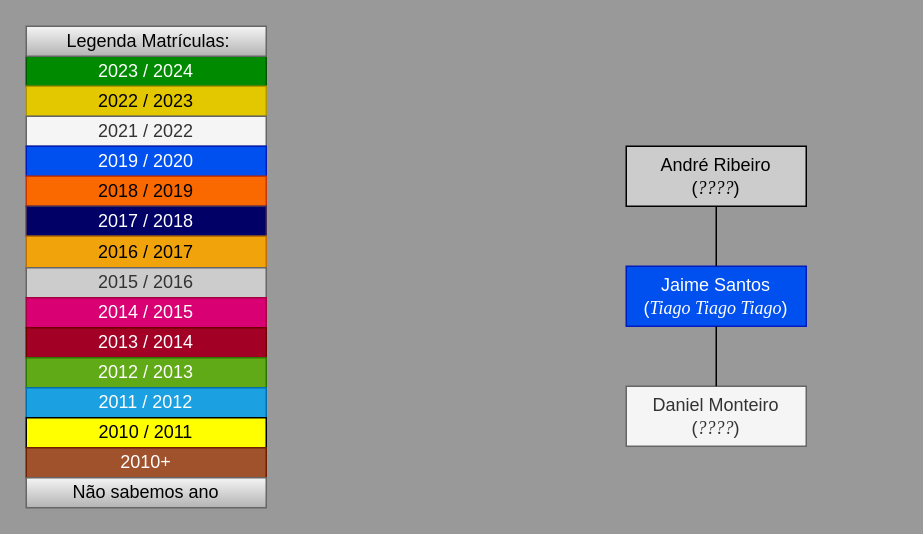
pdmtmr/PDMTMRTESTLOCATION-AKA-ARBUSTO keeps this draw.io diagram as Draw.io/Familia_do_André_Ribeiro.drawio. Above is the earlier version. Source tidied: cells renumbered, new cells numbered last; positions are measured from the earlier drawing's top-left corner, leaving out a move shared by most shapes. Both pictures are drawn from the tidied source at 150%, with x=0, y=0 at pixel (26, 26).
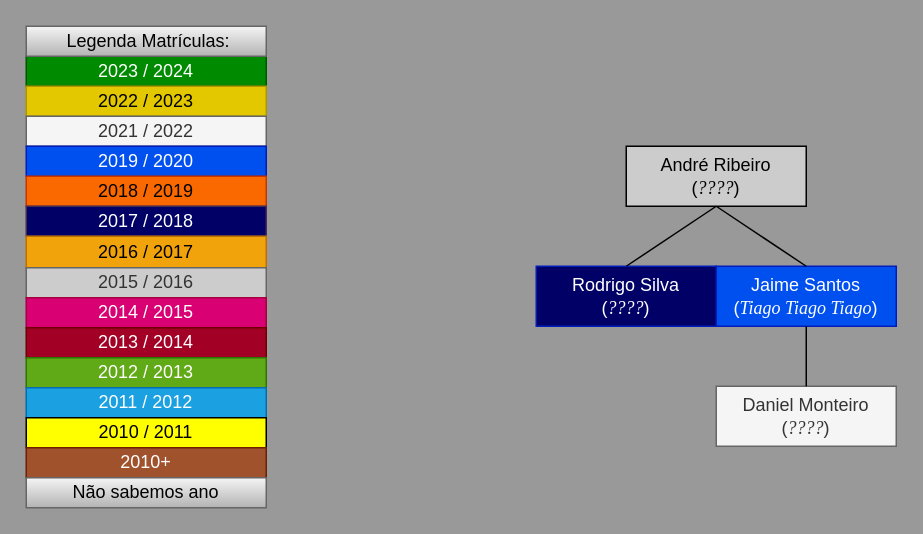
Above is the later version.

Commit message (it also covers changes not shown here):
Rodrigo Silva

The change refers to these unchanged cells:
```xml
<mxCell id="18" value="&lt;div&gt;&lt;span style=&quot;background-color: initial;&quot;&gt;André Ribeiro&lt;/span&gt;&lt;/div&gt;&lt;div&gt;&lt;span style=&quot;background-color: initial;&quot;&gt;(&lt;/span&gt;&lt;i style=&quot;background-color: initial;&quot;&gt;&lt;font face=&quot;Times New Roman&quot;&gt;????&lt;/font&gt;&lt;/i&gt;&lt;span style=&quot;background-color: initial;&quot;&gt;)&lt;/span&gt;&lt;/div&gt;" style="rounded=0;whiteSpace=wrap;html=1;fillColor=#CCCCCC;fontColor=#000000;" parent="1" vertex="1">
  <mxGeometry x="400" y="80" width="120" height="40" as="geometry" />
</mxCell>
```

The edit, as a diff of the source:
```diff
@@
     <mxCell id="19" value="&lt;div&gt;&lt;span style=&quot;background-color: initial;&quot;&gt;Jaime Santos&lt;/span&gt;&lt;/div&gt;&lt;div&gt;&lt;span style=&quot;background-color: initial;&quot;&gt;(&lt;font face=&quot;Times New Roman&quot;&gt;&lt;i&gt;Tiago Tiago Tiago&lt;/i&gt;&lt;/font&gt;&lt;/span&gt;&lt;span style=&quot;background-color: initial;&quot;&gt;)&lt;/span&gt;&lt;/div&gt;" style="rounded=0;whiteSpace=wrap;html=1;fillColor=#0050ef;fontColor=#ffffff;strokeColor=#001DBC;" parent="1" vertex="1">
-      <mxGeometry x="400" y="160" width="120" height="40" as="geometry" />
+      <mxGeometry x="460" y="160" width="120" height="40" as="geometry" />
     </mxCell>
     <mxCell id="20" value="&lt;div&gt;&lt;span style=&quot;background-color: initial;&quot;&gt;Daniel Monteiro&lt;/span&gt;&lt;/div&gt;&lt;div&gt;&lt;span style=&quot;background-color: initial;&quot;&gt;(&lt;font face=&quot;Times New Roman&quot;&gt;&lt;i&gt;????&lt;/i&gt;&lt;/font&gt;&lt;/span&gt;&lt;span style=&quot;background-color: initial;&quot;&gt;)&lt;/span&gt;&lt;/div&gt;" style="rounded=0;whiteSpace=wrap;html=1;fillColor=#f5f5f5;fontColor=#333333;strokeColor=#666666;" parent="1" vertex="1">
-      <mxGeometry x="400" y="240" width="120" height="40" as="geometry" />
+      <mxGeometry x="460" y="240" width="120" height="40" as="geometry" />
     </mxCell>
@@
+    <mxCell id="23" value="&lt;div&gt;Rodrigo Silva&lt;/div&gt;&lt;div&gt;&lt;span style=&quot;background-color: initial;&quot;&gt;(&lt;font face=&quot;Times New Roman&quot;&gt;&lt;i&gt;????&lt;/i&gt;&lt;/font&gt;&lt;/span&gt;&lt;span style=&quot;background-color: initial;&quot;&gt;)&lt;/span&gt;&lt;/div&gt;" style="rounded=0;whiteSpace=wrap;html=1;fillColor=#000066;fontColor=#FFFFFF;strokeColor=#001DBC;" parent="1" vertex="1">
+      <mxGeometry x="340" y="160" width="120" height="40" as="geometry" />
+    </mxCell>
+    <mxCell id="24" style="endArrow=none;html=1;exitX=0.5;exitY=0;exitDx=0;exitDy=0;entryX=0.5;entryY=1;entryDx=0;entryDy=0;" parent="1" edge="1" source="23" target="18">
+      <mxGeometry relative="1" as="geometry" />
+    </mxCell>
```
